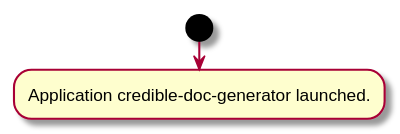
The PlantUML diagram credible-doc-generator/doc/img/diagrams.md_1.svg in credibledoc/credible-doc, before a commit.
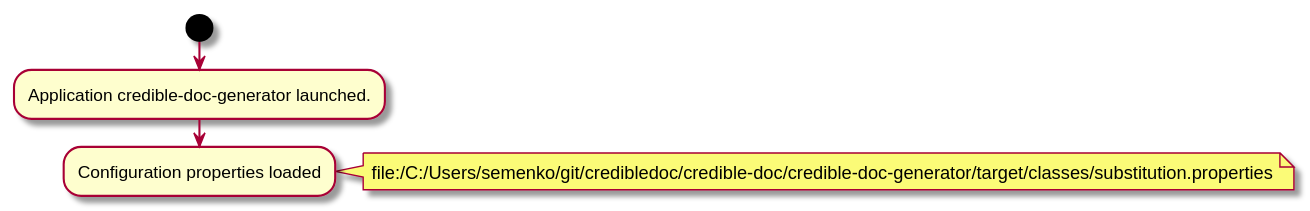
The same file after the commit.

The edit, as a diff of the source:
```diff
@@ -2,4 +2,9 @@
 start
 :Application credible-doc-generator launched.;
 
+:Configuration properties loaded;
+note right
+file:/C:/Users/semenko/git/credibledoc/credible-doc/credible-doc-generator/target/classes/substitution.properties
+end note
+
 @enduml
```
